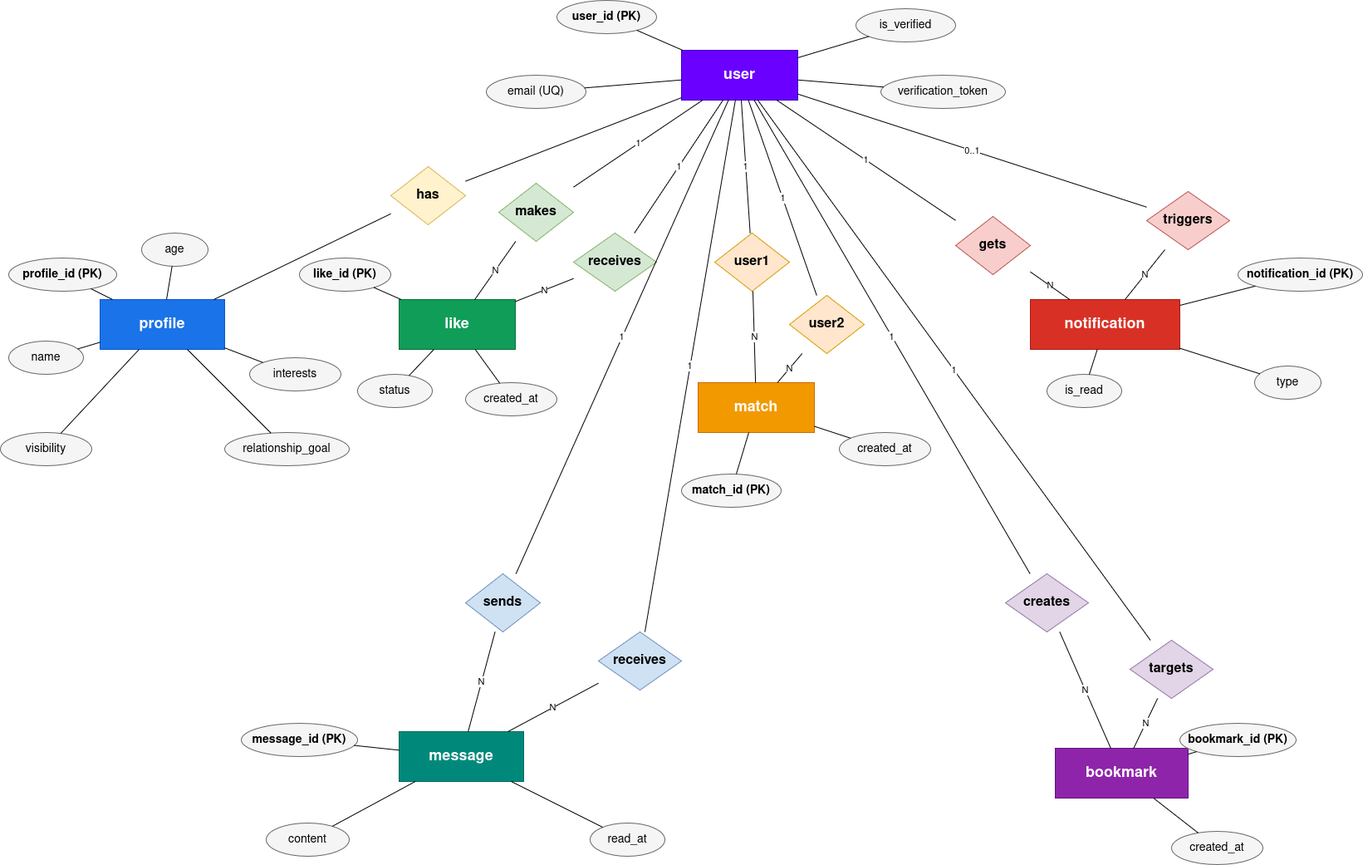
This is docs/images/database_er_diagram.png from Code-A7/info3180-project2, a draw.io export, as it was before one commit. Source tidied: cells renumbered, new cells last; positions are measured from the earlier drawing's top-left corner, leaving out a move shared by most shapes.
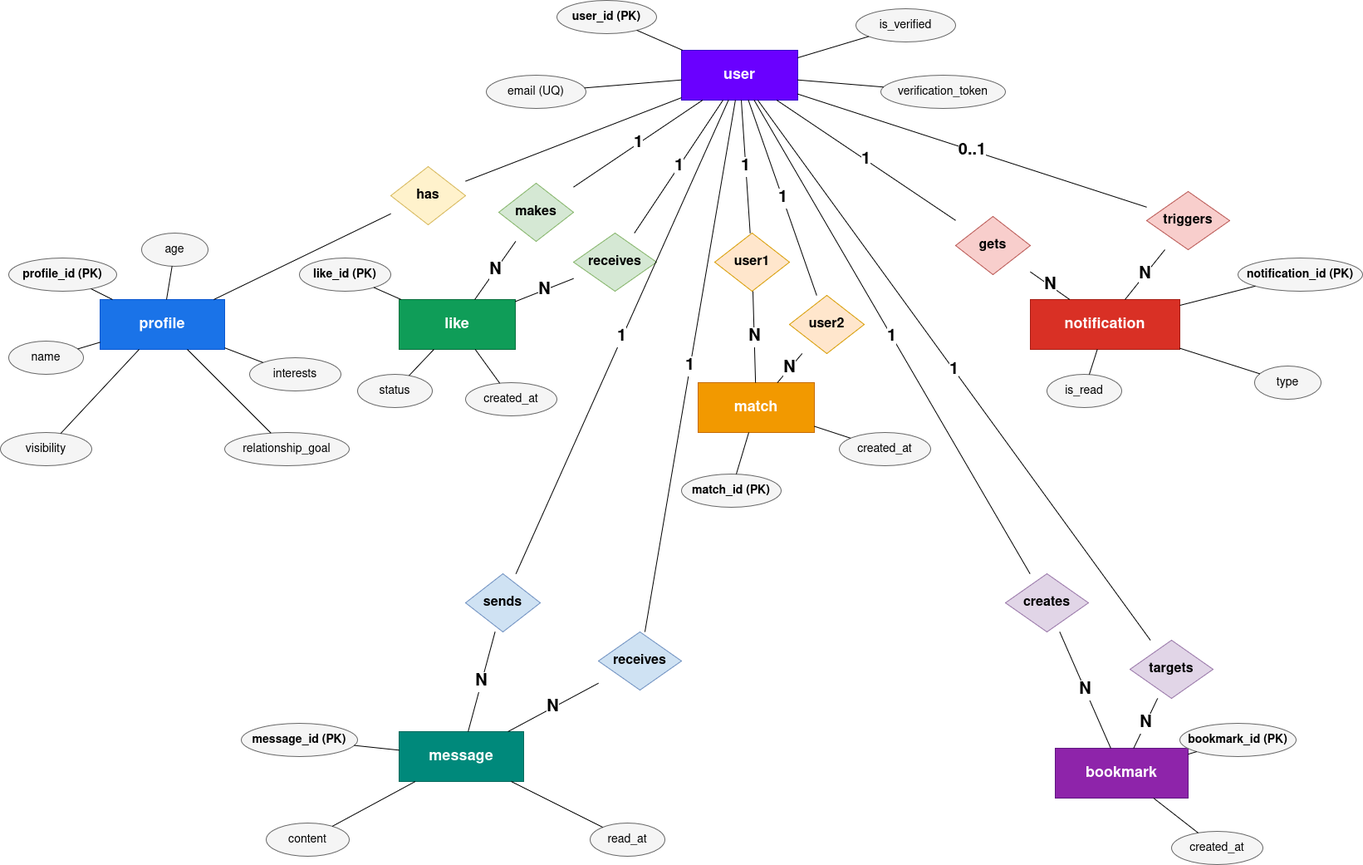
Later version of the same file.

Commit message:
fix: increase font size

What changed in the source:
```diff
@@ -1,4 +1,4 @@
-<mxGraphModel background="light-dark(#FFFFFF,#2B2B2B)">
+<mxGraphModel background="#ffffff">
   <root>
     <mxCell id="0" />
     <mxCell id="1" parent="0" />
@@ -125,139 +125,139 @@
     <mxCell id="42" value="created_at" style="ellipse;whiteSpace=wrap;html=1;fillColor=#f5f5f5;strokeColor=#666666;fontSize=14;fontFamily=Helvetica;" parent="1" vertex="1">
       <mxGeometry x="1410" y="1000" width="110" height="40" as="geometry" />
     </mxCell>
-    <mxCell id="43" style="edgeStyle=none;rounded=0;jettySize=auto;html=1;endArrow=none;endFill=0;" parent="1" edge="1" source="9" target="2">
+    <mxCell id="43" style="edgeStyle=none;rounded=0;jettySize=auto;html=1;endArrow=none;endFill=0;fontSize=20;fontStyle=1;" parent="1" edge="1" source="9" target="2">
       <mxGeometry relative="1" as="geometry" />
     </mxCell>
-    <mxCell id="44" style="edgeStyle=none;rounded=0;jettySize=auto;html=1;endArrow=none;endFill=0;" parent="1" edge="1" source="9" target="3">
+    <mxCell id="44" style="edgeStyle=none;rounded=0;jettySize=auto;html=1;endArrow=none;endFill=0;fontSize=20;fontStyle=1;" parent="1" edge="1" source="9" target="3">
       <mxGeometry relative="1" as="geometry" />
     </mxCell>
-    <mxCell id="45" value="1" style="edgeStyle=none;rounded=0;jettySize=auto;html=1;endArrow=none;endFill=0;" parent="1" edge="1" source="10" target="2">
+    <mxCell id="45" value="1" style="edgeStyle=none;rounded=0;jettySize=auto;html=1;endArrow=none;endFill=0;fontSize=20;fontStyle=1;" parent="1" edge="1" source="10" target="2">
       <mxGeometry relative="1" as="geometry" />
     </mxCell>
-    <mxCell id="46" value="N" style="edgeStyle=none;rounded=0;jettySize=auto;html=1;endArrow=none;endFill=0;" parent="1" edge="1" source="10" target="4">
+    <mxCell id="46" value="N" style="edgeStyle=none;rounded=0;jettySize=auto;html=1;endArrow=none;endFill=0;fontSize=20;fontStyle=1;" parent="1" edge="1" source="10" target="4">
       <mxGeometry relative="1" as="geometry" />
     </mxCell>
-    <mxCell id="47" value="1" style="edgeStyle=none;rounded=0;jettySize=auto;html=1;endArrow=none;endFill=0;" parent="1" edge="1" source="11" target="2">
+    <mxCell id="47" value="1" style="edgeStyle=none;rounded=0;jettySize=auto;html=1;endArrow=none;endFill=0;fontSize=20;fontStyle=1;" parent="1" edge="1" source="11" target="2">
       <mxGeometry relative="1" as="geometry" />
     </mxCell>
-    <mxCell id="48" value="N" style="edgeStyle=none;rounded=0;jettySize=auto;html=1;endArrow=none;endFill=0;" parent="1" edge="1" source="11" target="4">
+    <mxCell id="48" value="N" style="edgeStyle=none;rounded=0;jettySize=auto;html=1;endArrow=none;endFill=0;fontSize=20;fontStyle=1;" parent="1" edge="1" source="11" target="4">
       <mxGeometry relative="1" as="geometry" />
     </mxCell>
-    <mxCell id="49" value="1" style="edgeStyle=none;rounded=0;jettySize=auto;html=1;endArrow=none;endFill=0;" parent="1" edge="1" source="12" target="2">
+    <mxCell id="49" value="1" style="edgeStyle=none;rounded=0;jettySize=auto;html=1;endArrow=none;endFill=0;fontSize=20;fontStyle=1;" parent="1" edge="1" source="12" target="2">
       <mxGeometry relative="1" as="geometry" />
     </mxCell>
-    <mxCell id="50" value="N" style="edgeStyle=none;rounded=0;jettySize=auto;html=1;endArrow=none;endFill=0;" parent="1" edge="1" source="12" target="5">
+    <mxCell id="50" value="N" style="edgeStyle=none;rounded=0;jettySize=auto;html=1;endArrow=none;endFill=0;fontSize=20;fontStyle=1;" parent="1" edge="1" source="12" target="5">
       <mxGeometry relative="1" as="geometry" />
     </mxCell>
-    <mxCell id="51" value="1" style="edgeStyle=none;rounded=0;jettySize=auto;html=1;endArrow=none;endFill=0;" parent="1" edge="1" source="13" target="2">
+    <mxCell id="51" value="1" style="edgeStyle=none;rounded=0;jettySize=auto;html=1;endArrow=none;endFill=0;fontSize=20;fontStyle=1;" parent="1" edge="1" source="13" target="2">
       <mxGeometry relative="1" as="geometry" />
     </mxCell>
-    <mxCell id="52" value="N" style="edgeStyle=none;rounded=0;jettySize=auto;html=1;endArrow=none;endFill=0;" parent="1" edge="1" source="13" target="5">
+    <mxCell id="52" value="N" style="edgeStyle=none;rounded=0;jettySize=auto;html=1;endArrow=none;endFill=0;fontSize=20;fontStyle=1;" parent="1" edge="1" source="13" target="5">
       <mxGeometry relative="1" as="geometry" />
     </mxCell>
-    <mxCell id="53" value="1" style="edgeStyle=none;rounded=0;jettySize=auto;html=1;endArrow=none;endFill=0;" parent="1" edge="1" source="14" target="2">
+    <mxCell id="53" value="1" style="edgeStyle=none;rounded=0;jettySize=auto;html=1;endArrow=none;endFill=0;fontSize=20;fontStyle=1;" parent="1" edge="1" source="14" target="2">
       <mxGeometry relative="1" as="geometry" />
     </mxCell>
-    <mxCell id="54" value="N" style="edgeStyle=none;rounded=0;jettySize=auto;html=1;endArrow=none;endFill=0;" parent="1" edge="1" source="14" target="6">
+    <mxCell id="54" value="N" style="edgeStyle=none;rounded=0;jettySize=auto;html=1;endArrow=none;endFill=0;fontSize=20;fontStyle=1;" parent="1" edge="1" source="14" target="6">
       <mxGeometry relative="1" as="geometry" />
     </mxCell>
-    <mxCell id="55" value="0..1" style="edgeStyle=none;rounded=0;jettySize=auto;html=1;endArrow=none;endFill=0;" parent="1" edge="1" source="15" target="2">
+    <mxCell id="55" value="0..1" style="edgeStyle=none;rounded=0;jettySize=auto;html=1;endArrow=none;endFill=0;fontSize=20;fontStyle=1;" parent="1" edge="1" source="15" target="2">
       <mxGeometry relative="1" as="geometry" />
     </mxCell>
-    <mxCell id="56" value="N" style="edgeStyle=none;rounded=0;jettySize=auto;html=1;endArrow=none;endFill=0;" parent="1" edge="1" source="15" target="6">
+    <mxCell id="56" value="N" style="edgeStyle=none;rounded=0;jettySize=auto;html=1;endArrow=none;endFill=0;fontSize=20;fontStyle=1;" parent="1" edge="1" source="15" target="6">
       <mxGeometry relative="1" as="geometry" />
     </mxCell>
-    <mxCell id="57" value="1" style="edgeStyle=none;rounded=0;jettySize=auto;html=1;endArrow=none;endFill=0;" parent="1" edge="1" source="16" target="2">
+    <mxCell id="57" value="1" style="edgeStyle=none;rounded=0;jettySize=auto;html=1;endArrow=none;endFill=0;fontSize=20;fontStyle=1;" parent="1" edge="1" source="16" target="2">
       <mxGeometry relative="1" as="geometry" />
     </mxCell>
-    <mxCell id="58" value="N" style="edgeStyle=none;rounded=0;jettySize=auto;html=1;endArrow=none;endFill=0;" parent="1" edge="1" source="16" target="7">
+    <mxCell id="58" value="N" style="edgeStyle=none;rounded=0;jettySize=auto;html=1;endArrow=none;endFill=0;fontSize=20;fontStyle=1;" parent="1" edge="1" source="16" target="7">
       <mxGeometry relative="1" as="geometry" />
     </mxCell>
-    <mxCell id="59" value="1" style="edgeStyle=none;rounded=0;jettySize=auto;html=1;endArrow=none;endFill=0;" parent="1" edge="1" source="17" target="2">
+    <mxCell id="59" value="1" style="edgeStyle=none;rounded=0;jettySize=auto;html=1;endArrow=none;endFill=0;fontSize=20;fontStyle=1;" parent="1" edge="1" source="17" target="2">
       <mxGeometry relative="1" as="geometry" />
     </mxCell>
-    <mxCell id="60" value="N" style="edgeStyle=none;rounded=0;jettySize=auto;html=1;endArrow=none;endFill=0;" parent="1" edge="1" source="17" target="7">
+    <mxCell id="60" value="N" style="edgeStyle=none;rounded=0;jettySize=auto;html=1;endArrow=none;endFill=0;fontSize=20;fontStyle=1;" parent="1" edge="1" source="17" target="7">
       <mxGeometry relative="1" as="geometry" />
     </mxCell>
-    <mxCell id="61" value="1" style="edgeStyle=none;rounded=0;jettySize=auto;html=1;endArrow=none;endFill=0;" parent="1" edge="1" source="18" target="2">
+    <mxCell id="61" value="1" style="edgeStyle=none;rounded=0;jettySize=auto;html=1;endArrow=none;endFill=0;fontSize=20;fontStyle=1;" parent="1" edge="1" source="18" target="2">
       <mxGeometry relative="1" as="geometry" />
     </mxCell>
-    <mxCell id="62" value="N" style="edgeStyle=none;rounded=0;jettySize=auto;html=1;endArrow=none;endFill=0;" parent="1" edge="1" source="18" target="8">
+    <mxCell id="62" value="N" style="edgeStyle=none;rounded=0;jettySize=auto;html=1;endArrow=none;endFill=0;fontSize=20;fontStyle=1;" parent="1" edge="1" source="18" target="8">
       <mxGeometry relative="1" as="geometry" />
     </mxCell>
-    <mxCell id="63" value="1" style="edgeStyle=none;rounded=0;jettySize=auto;html=1;endArrow=none;endFill=0;" parent="1" edge="1" source="19" target="2">
+    <mxCell id="63" value="1" style="edgeStyle=none;rounded=0;jettySize=auto;html=1;endArrow=none;endFill=0;fontSize=20;fontStyle=1;" parent="1" edge="1" source="19" target="2">
       <mxGeometry relative="1" as="geometry" />
     </mxCell>
-    <mxCell id="64" value="N" style="edgeStyle=none;rounded=0;jettySize=auto;html=1;endArrow=none;endFill=0;" parent="1" edge="1" source="19" target="8">
+    <mxCell id="64" value="N" style="edgeStyle=none;rounded=0;jettySize=auto;html=1;endArrow=none;endFill=0;fontSize=20;fontStyle=1;" parent="1" edge="1" source="19" target="8">
       <mxGeometry relative="1" as="geometry" />
     </mxCell>
-    <mxCell id="65" style="edgeStyle=none;rounded=0;jettySize=auto;html=1;endArrow=none;endFill=0;" parent="1" edge="1" source="20" target="2">
+    <mxCell id="65" style="edgeStyle=none;rounded=0;jettySize=auto;html=1;endArrow=none;endFill=0;fontSize=20;fontStyle=1;" parent="1" edge="1" source="20" target="2">
       <mxGeometry relative="1" as="geometry" />
     </mxCell>
-    <mxCell id="66" style="edgeStyle=none;rounded=0;jettySize=auto;html=1;endArrow=none;endFill=0;" parent="1" edge="1" source="21" target="2">
+    <mxCell id="66" style="edgeStyle=none;rounded=0;jettySize=auto;html=1;endArrow=none;endFill=0;fontSize=20;fontStyle=1;" parent="1" edge="1" source="21" target="2">
       <mxGeometry relative="1" as="geometry" />
     </mxCell>
-    <mxCell id="67" style="edgeStyle=none;rounded=0;jettySize=auto;html=1;endArrow=none;endFill=0;" parent="1" edge="1" source="22" target="2">
+    <mxCell id="67" style="edgeStyle=none;rounded=0;jettySize=auto;html=1;endArrow=none;endFill=0;fontSize=20;fontStyle=1;" parent="1" edge="1" source="22" target="2">
       <mxGeometry relative="1" as="geometry" />
     </mxCell>
-    <mxCell id="68" style="edgeStyle=none;rounded=0;jettySize=auto;html=1;endArrow=none;endFill=0;" parent="1" edge="1" source="23" target="2">
+    <mxCell id="68" style="edgeStyle=none;rounded=0;jettySize=auto;html=1;endArrow=none;endFill=0;fontSize=20;fontStyle=1;" parent="1" edge="1" source="23" target="2">
       <mxGeometry relative="1" as="geometry" />
     </mxCell>
-    <mxCell id="69" style="edgeStyle=none;rounded=0;jettySize=auto;html=1;endArrow=none;endFill=0;" parent="1" edge="1" source="24" target="3">
+    <mxCell id="69" style="edgeStyle=none;rounded=0;jettySize=auto;html=1;endArrow=none;endFill=0;fontSize=20;fontStyle=1;" parent="1" edge="1" source="24" target="3">
       <mxGeometry relative="1" as="geometry" />
     </mxCell>
-    <mxCell id="70" style="edgeStyle=none;rounded=0;jettySize=auto;html=1;endArrow=none;endFill=0;" parent="1" edge="1" source="25" target="3">
+    <mxCell id="70" style="edgeStyle=none;rounded=0;jettySize=auto;html=1;endArrow=none;endFill=0;fontSize=20;fontStyle=1;" parent="1" edge="1" source="25" target="3">
       <mxGeometry relative="1" as="geometry" />
     </mxCell>
-    <mxCell id="71" style="edgeStyle=none;rounded=0;jettySize=auto;html=1;endArrow=none;endFill=0;" parent="1" edge="1" source="26" target="3">
+    <mxCell id="71" style="edgeStyle=none;rounded=0;jettySize=auto;html=1;endArrow=none;endFill=0;fontSize=20;fontStyle=1;" parent="1" edge="1" source="26" target="3">
       <mxGeometry relative="1" as="geometry" />
     </mxCell>
-    <mxCell id="72" style="edgeStyle=none;rounded=0;jettySize=auto;html=1;endArrow=none;endFill=0;" parent="1" edge="1" source="27" target="3">
+    <mxCell id="72" style="edgeStyle=none;rounded=0;jettySize=auto;html=1;endArrow=none;endFill=0;fontSize=20;fontStyle=1;" parent="1" edge="1" source="27" target="3">
       <mxGeometry relative="1" as="geometry" />
     </mxCell>
-    <mxCell id="73" style="edgeStyle=none;rounded=0;jettySize=auto;html=1;endArrow=none;endFill=0;" parent="1" edge="1" source="28" target="3">
+    <mxCell id="73" style="edgeStyle=none;rounded=0;jettySize=auto;html=1;endArrow=none;endFill=0;fontSize=20;fontStyle=1;" parent="1" edge="1" source="28" target="3">
       <mxGeometry relative="1" as="geometry" />
     </mxCell>
-    <mxCell id="74" style="edgeStyle=none;rounded=0;jettySize=auto;html=1;endArrow=none;endFill=0;" parent="1" edge="1" source="29" target="3">
+    <mxCell id="74" style="edgeStyle=none;rounded=0;jettySize=auto;html=1;endArrow=none;endFill=0;fontSize=20;fontStyle=1;" parent="1" edge="1" source="29" target="3">
       <mxGeometry relative="1" as="geometry" />
     </mxCell>
-    <mxCell id="75" style="edgeStyle=none;rounded=0;jettySize=auto;html=1;endArrow=none;endFill=0;" parent="1" edge="1" source="30" target="4">
+    <mxCell id="75" style="edgeStyle=none;rounded=0;jettySize=auto;html=1;endArrow=none;endFill=0;fontSize=20;fontStyle=1;" parent="1" edge="1" source="30" target="4">
       <mxGeometry relative="1" as="geometry" />
     </mxCell>
-    <mxCell id="76" style="edgeStyle=none;rounded=0;jettySize=auto;html=1;endArrow=none;endFill=0;" parent="1" edge="1" source="31" target="4">
+    <mxCell id="76" style="edgeStyle=none;rounded=0;jettySize=auto;html=1;endArrow=none;endFill=0;fontSize=20;fontStyle=1;" parent="1" edge="1" source="31" target="4">
       <mxGeometry relative="1" as="geometry" />
     </mxCell>
-    <mxCell id="77" style="edgeStyle=none;rounded=0;jettySize=auto;html=1;endArrow=none;endFill=0;" parent="1" edge="1" source="32" target="4">
+    <mxCell id="77" style="edgeStyle=none;rounded=0;jettySize=auto;html=1;endArrow=none;endFill=0;fontSize=20;fontStyle=1;" parent="1" edge="1" source="32" target="4">
       <mxGeometry relative="1" as="geometry" />
     </mxCell>
-    <mxCell id="78" style="edgeStyle=none;rounded=0;jettySize=auto;html=1;endArrow=none;endFill=0;" parent="1" edge="1" source="33" target="5">
+    <mxCell id="78" style="edgeStyle=none;rounded=0;jettySize=auto;html=1;endArrow=none;endFill=0;fontSize=20;fontStyle=1;" parent="1" edge="1" source="33" target="5">
       <mxGeometry relative="1" as="geometry" />
     </mxCell>
-    <mxCell id="79" style="edgeStyle=none;rounded=0;jettySize=auto;html=1;endArrow=none;endFill=0;" parent="1" edge="1" source="34" target="5">
+    <mxCell id="79" style="edgeStyle=none;rounded=0;jettySize=auto;html=1;endArrow=none;endFill=0;fontSize=20;fontStyle=1;" parent="1" edge="1" source="34" target="5">
       <mxGeometry relative="1" as="geometry" />
     </mxCell>
-    <mxCell id="80" style="edgeStyle=none;rounded=0;jettySize=auto;html=1;endArrow=none;endFill=0;" parent="1" edge="1" source="35" target="6">
+    <mxCell id="80" style="edgeStyle=none;rounded=0;jettySize=auto;html=1;endArrow=none;endFill=0;fontSize=20;fontStyle=1;" parent="1" edge="1" source="35" target="6">
       <mxGeometry relative="1" as="geometry" />
     </mxCell>
-    <mxCell id="81" style="edgeStyle=none;rounded=0;jettySize=auto;html=1;endArrow=none;endFill=0;" parent="1" edge="1" source="36" target="6">
+    <mxCell id="81" style="edgeStyle=none;rounded=0;jettySize=auto;html=1;endArrow=none;endFill=0;fontSize=20;fontStyle=1;" parent="1" edge="1" source="36" target="6">
       <mxGeometry relative="1" as="geometry" />
     </mxCell>
-    <mxCell id="82" style="edgeStyle=none;rounded=0;jettySize=auto;html=1;endArrow=none;endFill=0;" parent="1" edge="1" source="37" target="6">
+    <mxCell id="82" style="edgeStyle=none;rounded=0;jettySize=auto;html=1;endArrow=none;endFill=0;fontSize=20;fontStyle=1;" parent="1" edge="1" source="37" target="6">
       <mxGeometry relative="1" as="geometry" />
     </mxCell>
-    <mxCell id="83" style="edgeStyle=none;rounded=0;jettySize=auto;html=1;endArrow=none;endFill=0;" parent="1" edge="1" source="38" target="7">
+    <mxCell id="83" style="edgeStyle=none;rounded=0;jettySize=auto;html=1;endArrow=none;endFill=0;fontSize=20;fontStyle=1;" parent="1" edge="1" source="38" target="7">
       <mxGeometry relative="1" as="geometry" />
     </mxCell>
-    <mxCell id="84" style="edgeStyle=none;rounded=0;jettySize=auto;html=1;endArrow=none;endFill=0;" parent="1" edge="1" source="39" target="7">
+    <mxCell id="84" style="edgeStyle=none;rounded=0;jettySize=auto;html=1;endArrow=none;endFill=0;fontSize=20;fontStyle=1;" parent="1" edge="1" source="39" target="7">
       <mxGeometry relative="1" as="geometry" />
     </mxCell>
-    <mxCell id="85" style="edgeStyle=none;rounded=0;jettySize=auto;html=1;endArrow=none;endFill=0;" parent="1" edge="1" source="40" target="7">
+    <mxCell id="85" style="edgeStyle=none;rounded=0;jettySize=auto;html=1;endArrow=none;endFill=0;fontSize=20;fontStyle=1;" parent="1" edge="1" source="40" target="7">
       <mxGeometry relative="1" as="geometry" />
     </mxCell>
-    <mxCell id="86" style="edgeStyle=none;rounded=0;jettySize=auto;html=1;endArrow=none;endFill=0;" parent="1" edge="1" source="41" target="8">
+    <mxCell id="86" style="edgeStyle=none;rounded=0;jettySize=auto;html=1;endArrow=none;endFill=0;fontSize=20;fontStyle=1;" parent="1" edge="1" source="41" target="8">
       <mxGeometry relative="1" as="geometry" />
     </mxCell>
-    <mxCell id="87" style="edgeStyle=none;rounded=0;jettySize=auto;html=1;endArrow=none;endFill=0;" parent="1" edge="1" source="42" target="8">
+    <mxCell id="87" style="edgeStyle=none;rounded=0;jettySize=auto;html=1;endArrow=none;endFill=0;fontSize=20;fontStyle=1;" parent="1" edge="1" source="42" target="8">
       <mxGeometry relative="1" as="geometry" />
     </mxCell>
   </root>
```
